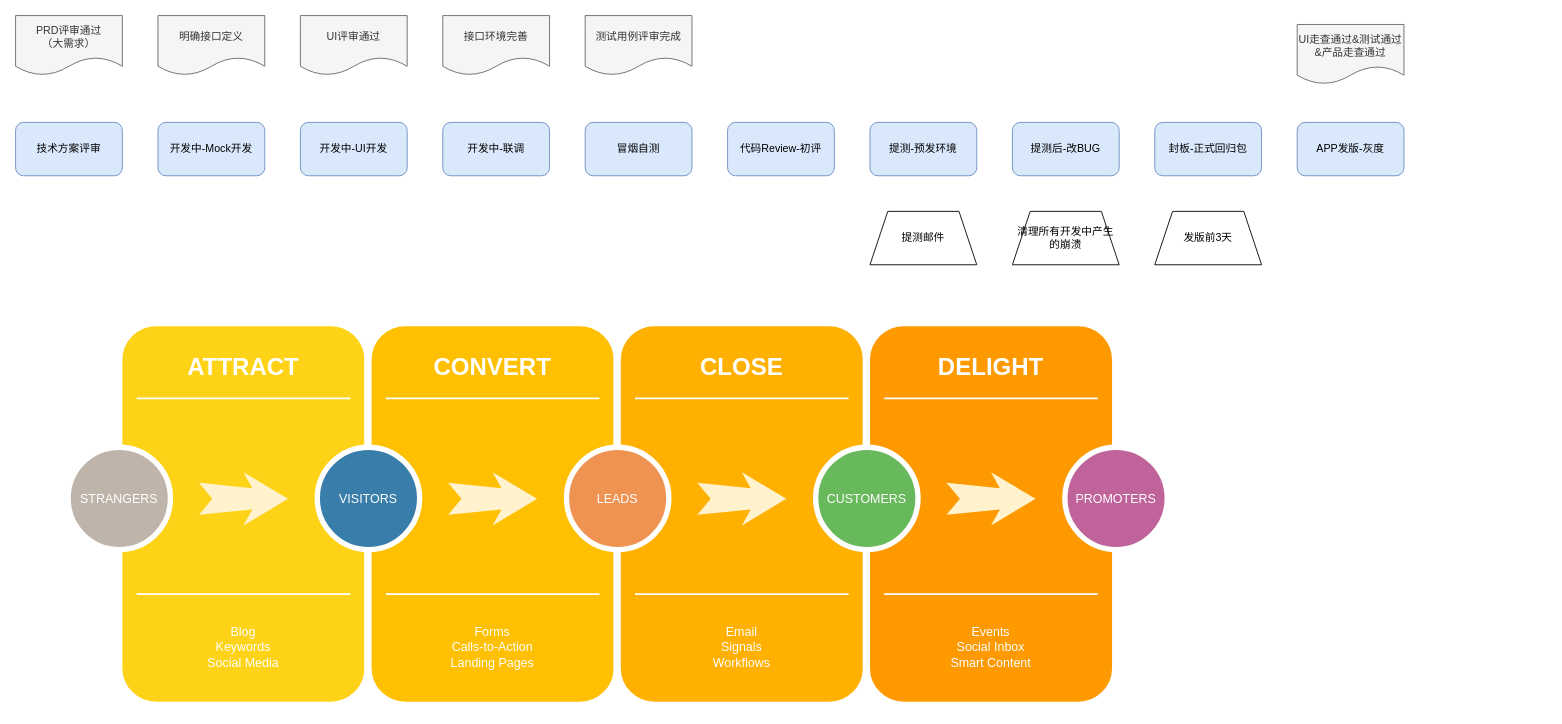
Above: Untitled Diagram.drawio in hardygege/work (draw.io), before the change. Source tidied: cells renumbered, new cells numbered last; positions are measured from the earlier drawing's top-left corner, leaving out a move shared by most shapes. Both pictures are drawn from the tidied source at 89%, with x=0, y=0 at pixel (15, 15).
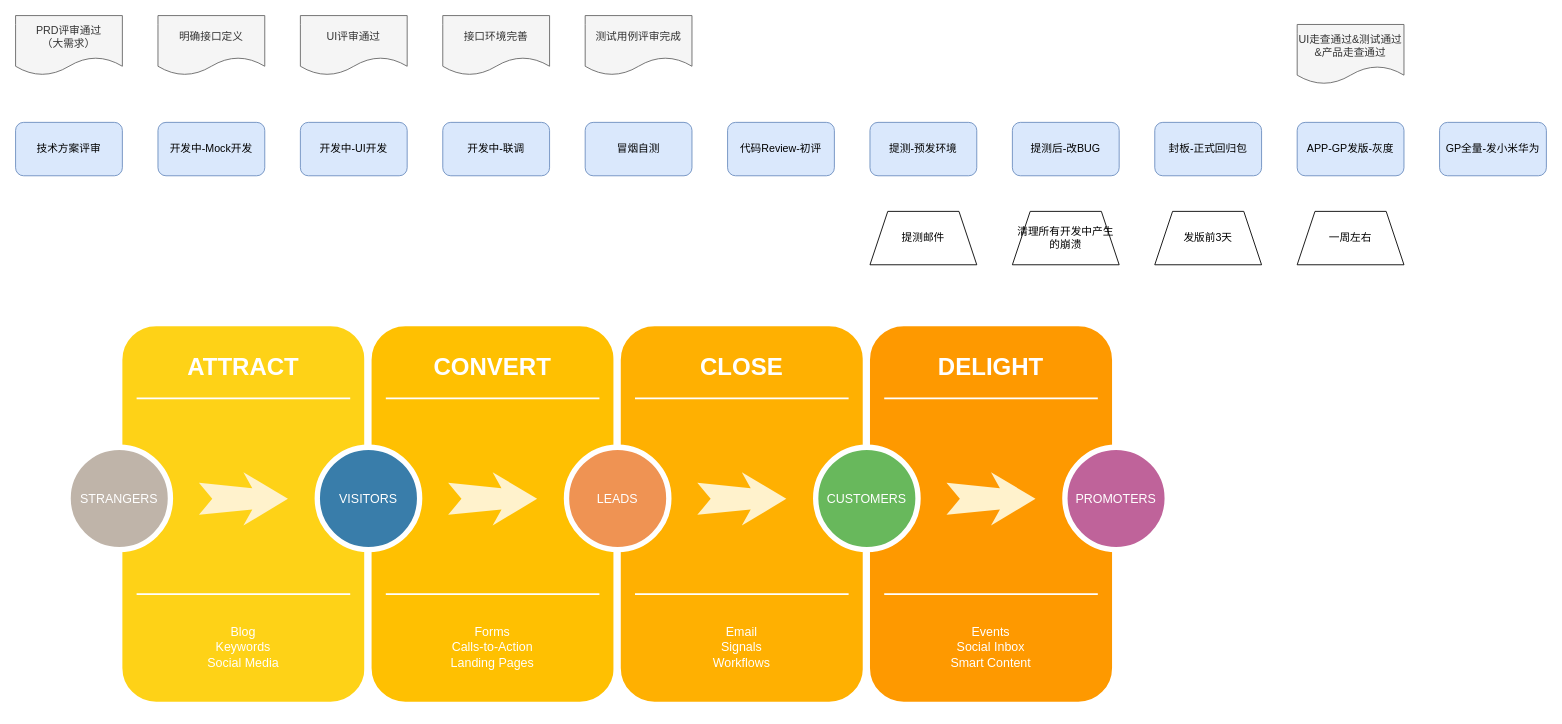
Above is the later version.

The edit, as a diff of the source:
```diff
@@
-    <mxCell id="41" value="APP发版-灰度" style="rounded=1;whiteSpace=wrap;html=1;fillColor=#dae8fc;strokeColor=#6c8ebf;" parent="1" vertex="1">
+    <mxCell id="41" value="APP-GP发版-灰度" style="rounded=1;whiteSpace=wrap;html=1;fillColor=#dae8fc;strokeColor=#6c8ebf;" parent="1" vertex="1">
       <mxGeometry x="1440" y="120" width="120" height="60" as="geometry" />
     </mxCell>
@@
+    <mxCell id="50" value="GP全量-发小米华为" style="rounded=1;whiteSpace=wrap;html=1;fillColor=#dae8fc;strokeColor=#6c8ebf;" parent="1" vertex="1">
+      <mxGeometry x="1600" y="120" width="120" height="60" as="geometry" />
+    </mxCell>
+    <mxCell id="51" value="一周左右" style="shape=trapezoid;perimeter=trapezoidPerimeter;whiteSpace=wrap;html=1;fixedSize=1;" parent="1" vertex="1">
+      <mxGeometry x="1440" y="220" width="120" height="60" as="geometry" />
+    </mxCell>
```
